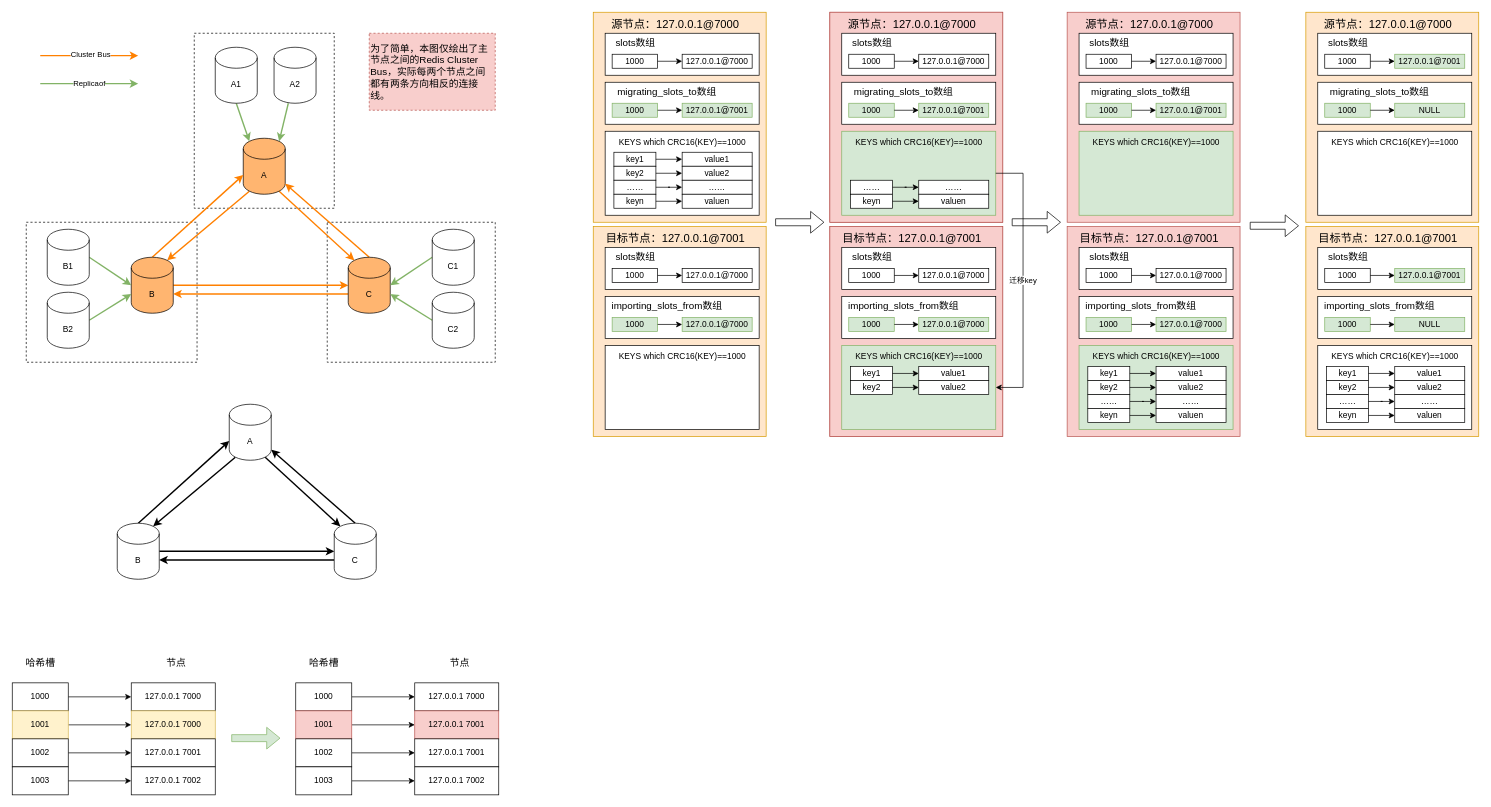
Above: page "Cluster" (6 of 6) of Untitled Diagram.drawio in raysonxin/code-notes (draw.io), before the change. Source tidied: cells renumbered, new cells numbered last; positions are measured from the earlier drawing's top-left corner, leaving out a move shared by most shapes. Both pictures are drawn from the tidied source at 70%, with x=0, y=0 at pixel (12, 12).
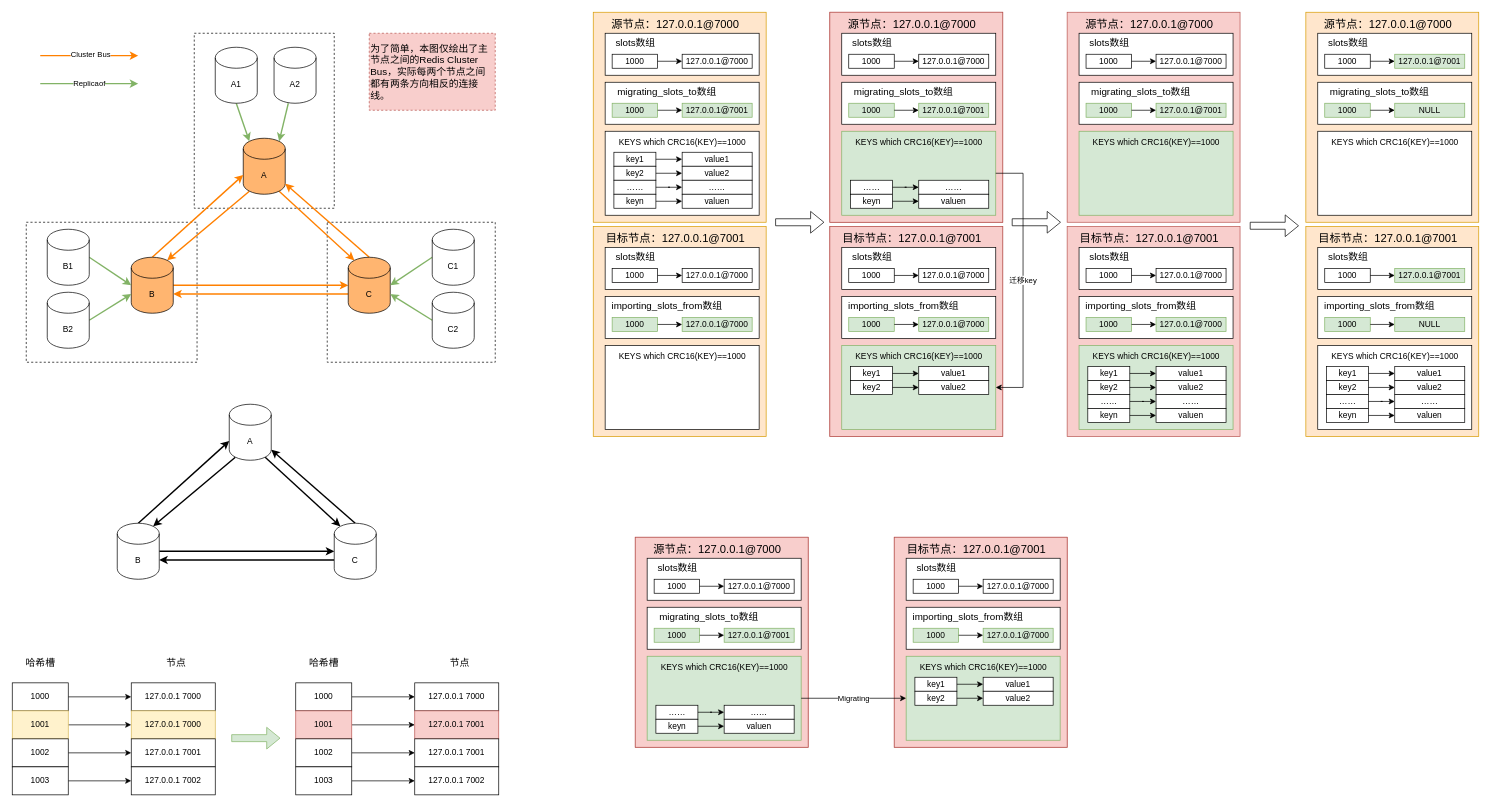
The same diagram, later.

The edit, as a diff of the source:
```diff
@@
+    <mxCell id="246" style="group;fillColor=#f8cecc;strokeColor=#b85450;" parent="1" vertex="1">
+      <mxGeometry x="890" y="750" width="247" height="300" as="geometry" />
+    </mxCell>
+    <mxCell id="247" style="rounded=0;whiteSpace=wrap;html=1;fontSize=14;fillColor=#f8cecc;strokeColor=#b85450;" parent="246" vertex="1">
+      <mxGeometry width="247" height="300" as="geometry" />
+    </mxCell>
+    <mxCell id="248" style="rounded=0;whiteSpace=wrap;html=1;fontSize=14;" parent="246" vertex="1">
+      <mxGeometry x="17" y="100" width="220" height="60" as="geometry" />
+    </mxCell>
+    <mxCell id="249" value="migrating_slots_to数组" style="text;html=1;align=center;verticalAlign=middle;fontSize=14;" parent="246" vertex="1">
+      <mxGeometry x="24.5" y="104" width="160" height="20" as="geometry" />
+    </mxCell>
+    <mxCell id="250" value="1000" style="rounded=0;whiteSpace=wrap;html=1;fillColor=#d5e8d4;strokeColor=#82b366;" parent="246" vertex="1">
+      <mxGeometry x="27" y="130" width="65" height="20" as="geometry" />
+    </mxCell>
+    <mxCell id="251" value="127.0.0.1@7001" style="rounded=0;whiteSpace=wrap;html=1;fillColor=#d5e8d4;strokeColor=#82b366;" parent="246" vertex="1">
+      <mxGeometry x="127" y="130" width="100" height="20" as="geometry" />
+    </mxCell>
+    <mxCell id="252" style="edgeStyle=orthogonalEdgeStyle;rounded=0;jettySize=auto;html=1;exitX=1;exitY=0.5;exitDx=0;exitDy=0;entryX=0;entryY=0.5;entryDx=0;entryDy=0;" parent="246" edge="1" source="250" target="251">
+      <mxGeometry relative="1" as="geometry" />
+    </mxCell>
+    <mxCell id="253" style="rounded=0;whiteSpace=wrap;html=1;fillColor=#d5e8d4;strokeColor=#82b366;" parent="246" vertex="1">
+      <mxGeometry x="17" y="170" width="220" height="120" as="geometry" />
+    </mxCell>
+    <mxCell id="254" value="……" style="rounded=0;whiteSpace=wrap;html=1;" parent="246" vertex="1">
+      <mxGeometry x="29.5" y="240" width="60" height="20" as="geometry" />
+    </mxCell>
+    <mxCell id="255" value="keyn" style="rounded=0;whiteSpace=wrap;html=1;" parent="246" vertex="1">
+      <mxGeometry x="29.5" y="260" width="60" height="20" as="geometry" />
+    </mxCell>
+    <mxCell id="256" value="KEYS which CRC16(KEY)==1000" style="text;html=1;align=center;verticalAlign=middle;" parent="246" vertex="1">
+      <mxGeometry x="27" y="176" width="200" height="20" as="geometry" />
+    </mxCell>
+    <mxCell id="257" style="edgeStyle=orthogonalEdgeStyle;rounded=0;orthogonalLoop=1;jettySize=auto;html=1;exitX=1;exitY=0.5;exitDx=0;exitDy=0;entryX=0;entryY=0.5;entryDx=0;entryDy=0;fontSize=14;" parent="246" edge="1">
+      <mxGeometry relative="1" as="geometry">
+        <mxPoint x="89.5" y="210" as="sourcePoint" />
+      </mxGeometry>
+    </mxCell>
+    <mxCell id="258" style="edgeStyle=orthogonalEdgeStyle;rounded=0;orthogonalLoop=1;jettySize=auto;html=1;exitX=1;exitY=0.5;exitDx=0;exitDy=0;entryX=0;entryY=0.5;entryDx=0;entryDy=0;fontSize=14;" parent="246" edge="1">
+      <mxGeometry relative="1" as="geometry">
+        <mxPoint x="127" y="230" as="targetPoint" />
+      </mxGeometry>
+    </mxCell>
+    <mxCell id="259" value="……" style="rounded=0;whiteSpace=wrap;html=1;" parent="246" vertex="1">
+      <mxGeometry x="127" y="240" width="100" height="20" as="geometry" />
+    </mxCell>
+    <mxCell id="260" style="edgeStyle=orthogonalEdgeStyle;rounded=0;jettySize=auto;html=1;exitX=1;exitY=0.5;exitDx=0;exitDy=0;fontSize=14;" parent="246" edge="1" source="254" target="259">
+      <mxGeometry relative="1" as="geometry" />
+    </mxCell>
+    <mxCell id="261" value="valuen" style="rounded=0;whiteSpace=wrap;html=1;" parent="246" vertex="1">
+      <mxGeometry x="127" y="260" width="100" height="20" as="geometry" />
+    </mxCell>
+    <mxCell id="262" style="edgeStyle=orthogonalEdgeStyle;rounded=0;jettySize=auto;html=1;exitX=1;exitY=0.5;exitDx=0;exitDy=0;entryX=0;entryY=0.5;entryDx=0;entryDy=0;fontSize=14;" parent="246" edge="1" source="255" target="261">
+      <mxGeometry relative="1" as="geometry" />
+    </mxCell>
+    <mxCell id="263" style="rounded=0;whiteSpace=wrap;html=1;fontSize=14;" parent="246" vertex="1">
+      <mxGeometry x="17" y="30" width="220" height="60" as="geometry" />
+    </mxCell>
+    <mxCell id="264" value="slots数组" style="text;html=1;align=center;verticalAlign=middle;fontSize=14;" parent="246" vertex="1">
+      <mxGeometry x="24.5" y="33" width="70" height="20" as="geometry" />
+    </mxCell>
+    <mxCell id="265" value="1000" style="rounded=0;whiteSpace=wrap;html=1;" parent="246" vertex="1">
+      <mxGeometry x="27" y="60" width="65" height="20" as="geometry" />
+    </mxCell>
+    <mxCell id="266" value="127.0.0.1@7000" style="rounded=0;whiteSpace=wrap;html=1;" parent="246" vertex="1">
+      <mxGeometry x="127" y="60" width="100" height="20" as="geometry" />
+    </mxCell>
+    <mxCell id="267" style="edgeStyle=orthogonalEdgeStyle;rounded=0;jettySize=auto;html=1;exitX=1;exitY=0.5;exitDx=0;exitDy=0;entryX=0;entryY=0.5;entryDx=0;entryDy=0;" parent="246" edge="1" source="265" target="266">
+      <mxGeometry relative="1" as="geometry" />
+    </mxCell>
+    <mxCell id="268" value="源节点：127.0.0.1@7000" style="text;html=1;align=center;verticalAlign=middle;fontSize=16;" parent="246" vertex="1">
+      <mxGeometry x="17" y="7" width="200" height="20" as="geometry" />
+    </mxCell>
+    <mxCell id="269" style="group;fillColor=#f8cecc;strokeColor=#b85450;" parent="1" vertex="1">
+      <mxGeometry x="1260" y="750" width="247" height="300" as="geometry" />
+    </mxCell>
+    <mxCell id="270" style="rounded=0;whiteSpace=wrap;html=1;fontSize=14;fillColor=#f8cecc;strokeColor=#b85450;" parent="269" vertex="1">
+      <mxGeometry width="247" height="300" as="geometry" />
+    </mxCell>
+    <mxCell id="271" style="rounded=0;whiteSpace=wrap;html=1;fontSize=14;" parent="269" vertex="1">
+      <mxGeometry x="17" y="100" width="220" height="60" as="geometry" />
+    </mxCell>
+    <mxCell id="272" value="importing_slots_from数组" style="text;html=1;align=center;verticalAlign=middle;fontSize=14;" parent="269" vertex="1">
+      <mxGeometry x="19.5" y="104" width="170" height="20" as="geometry" />
+    </mxCell>
+    <mxCell id="273" value="1000" style="rounded=0;whiteSpace=wrap;html=1;fillColor=#d5e8d4;strokeColor=#82b366;" parent="269" vertex="1">
+      <mxGeometry x="27" y="130" width="65" height="20" as="geometry" />
+    </mxCell>
+    <mxCell id="274" value="127.0.0.1@7000" style="rounded=0;whiteSpace=wrap;html=1;fillColor=#d5e8d4;strokeColor=#82b366;" parent="269" vertex="1">
+      <mxGeometry x="127" y="130" width="100" height="20" as="geometry" />
+    </mxCell>
+    <mxCell id="275" style="edgeStyle=orthogonalEdgeStyle;rounded=0;jettySize=auto;html=1;exitX=1;exitY=0.5;exitDx=0;exitDy=0;entryX=0;entryY=0.5;entryDx=0;entryDy=0;" parent="269" edge="1" source="273" target="274">
+      <mxGeometry relative="1" as="geometry" />
+    </mxCell>
+    <mxCell id="276" style="rounded=0;whiteSpace=wrap;html=1;fillColor=#d5e8d4;strokeColor=#82b366;" parent="269" vertex="1">
+      <mxGeometry x="17" y="170" width="220" height="120" as="geometry" />
+    </mxCell>
+    <mxCell id="277" value="key1" style="rounded=0;whiteSpace=wrap;html=1;" parent="269" vertex="1">
+      <mxGeometry x="29.5" y="200" width="60" height="20" as="geometry" />
+    </mxCell>
+    <mxCell id="278" value="key2" style="rounded=0;whiteSpace=wrap;html=1;" parent="269" vertex="1">
+      <mxGeometry x="29.5" y="220" width="60" height="20" as="geometry" />
+    </mxCell>
+    <mxCell id="279" value="KEYS which CRC16(KEY)==1000" style="text;html=1;align=center;verticalAlign=middle;" parent="269" vertex="1">
+      <mxGeometry x="27" y="176" width="200" height="20" as="geometry" />
+    </mxCell>
+    <mxCell id="280" value="value1" style="rounded=0;whiteSpace=wrap;html=1;" parent="269" vertex="1">
+      <mxGeometry x="127" y="200" width="100" height="20" as="geometry" />
+    </mxCell>
+    <mxCell id="281" style="edgeStyle=orthogonalEdgeStyle;rounded=0;jettySize=auto;html=1;exitX=1;exitY=0.5;exitDx=0;exitDy=0;entryX=0;entryY=0.5;entryDx=0;entryDy=0;fontSize=14;" parent="269" edge="1" source="277" target="280">
+      <mxGeometry relative="1" as="geometry" />
+    </mxCell>
+    <mxCell id="282" value="value2" style="rounded=0;whiteSpace=wrap;html=1;" parent="269" vertex="1">
+      <mxGeometry x="127" y="220" width="100" height="20" as="geometry" />
+    </mxCell>
+    <mxCell id="283" style="edgeStyle=orthogonalEdgeStyle;rounded=0;jettySize=auto;html=1;exitX=1;exitY=0.5;exitDx=0;exitDy=0;entryX=0;entryY=0.5;entryDx=0;entryDy=0;fontSize=14;" parent="269" edge="1" source="278" target="282">
+      <mxGeometry relative="1" as="geometry" />
+    </mxCell>
+    <mxCell id="284" style="edgeStyle=orthogonalEdgeStyle;rounded=0;orthogonalLoop=1;jettySize=auto;html=1;exitX=1;exitY=0.5;exitDx=0;exitDy=0;fontSize=14;" parent="269" edge="1">
+      <mxGeometry relative="1" as="geometry">
+        <mxPoint x="89.5" y="250" as="sourcePoint" />
+      </mxGeometry>
+    </mxCell>
+    <mxCell id="285" style="edgeStyle=orthogonalEdgeStyle;rounded=0;orthogonalLoop=1;jettySize=auto;html=1;exitX=1;exitY=0.5;exitDx=0;exitDy=0;entryX=0;entryY=0.5;entryDx=0;entryDy=0;fontSize=14;" parent="269" edge="1">
+      <mxGeometry relative="1" as="geometry">
+        <mxPoint x="89.5" y="270" as="sourcePoint" />
+      </mxGeometry>
+    </mxCell>
+    <mxCell id="286" style="rounded=0;whiteSpace=wrap;html=1;fontSize=14;" parent="269" vertex="1">
+      <mxGeometry x="17" y="30" width="220" height="60" as="geometry" />
+    </mxCell>
+    <mxCell id="287" value="slots数组" style="text;html=1;align=center;verticalAlign=middle;fontSize=14;" parent="269" vertex="1">
+      <mxGeometry x="24.5" y="33" width="70" height="20" as="geometry" />
+    </mxCell>
+    <mxCell id="288" value="1000" style="rounded=0;whiteSpace=wrap;html=1;" parent="269" vertex="1">
+      <mxGeometry x="27" y="60" width="65" height="20" as="geometry" />
+    </mxCell>
+    <mxCell id="289" value="127.0.0.1@7000" style="rounded=0;whiteSpace=wrap;html=1;" parent="269" vertex="1">
+      <mxGeometry x="127" y="60" width="100" height="20" as="geometry" />
+    </mxCell>
+    <mxCell id="290" style="edgeStyle=orthogonalEdgeStyle;rounded=0;jettySize=auto;html=1;exitX=1;exitY=0.5;exitDx=0;exitDy=0;entryX=0;entryY=0.5;entryDx=0;entryDy=0;" parent="269" edge="1" source="288" target="289">
+      <mxGeometry relative="1" as="geometry" />
+    </mxCell>
+    <mxCell id="291" value="目标节点：127.0.0.1@7001" style="text;html=1;align=center;verticalAlign=middle;fontSize=16;" parent="269" vertex="1">
+      <mxGeometry x="12" y="7" width="210" height="20" as="geometry" />
+    </mxCell>
+    <mxCell id="292" value="Migrating" style="edgeStyle=orthogonalEdgeStyle;rounded=0;jettySize=auto;html=1;exitX=1;exitY=0.5;exitDx=0;exitDy=0;entryX=0;entryY=0.5;entryDx=0;entryDy=0;" parent="1" edge="1" source="253" target="276">
+      <mxGeometry relative="1" as="geometry" />
+    </mxCell>
```
